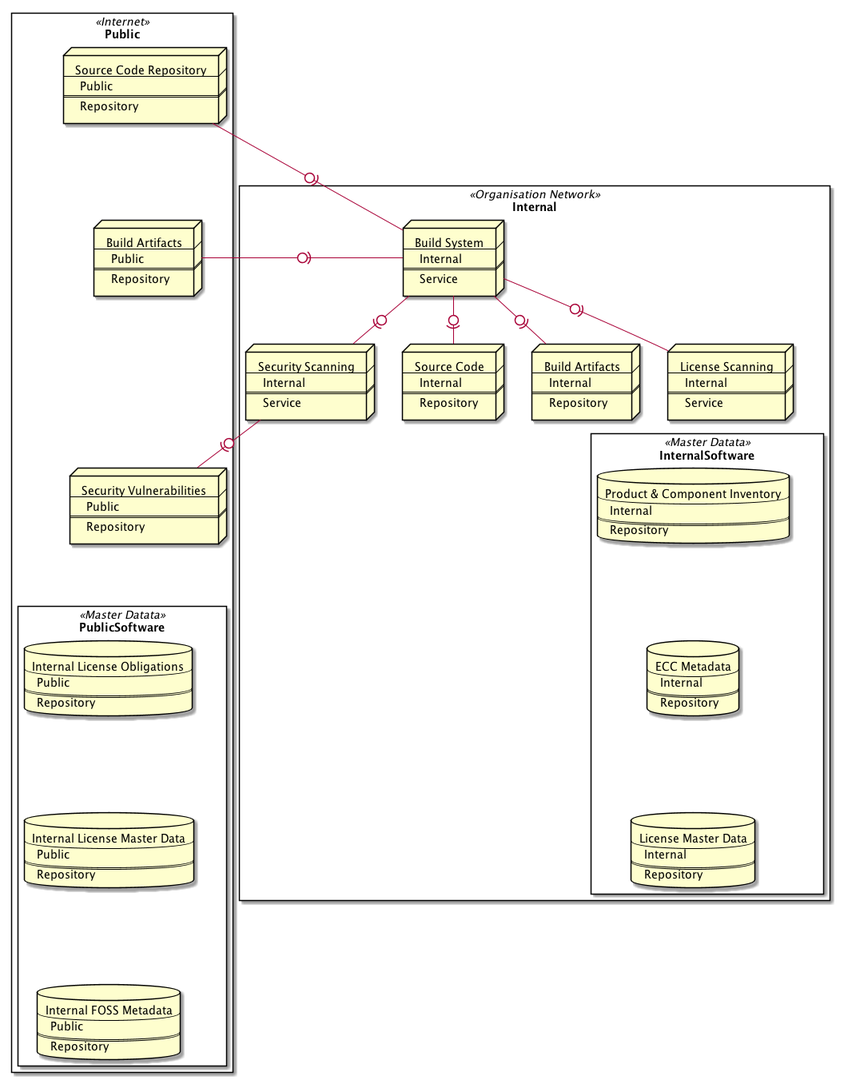
Open-Source-Compliance/Sharing-creates-value keeps this PlantUML diagram as Tooling-Landscape/Unanimous-Understanding/OSS_Tooling_Landscape_UML_Deploy.png. Above is the earlier version.
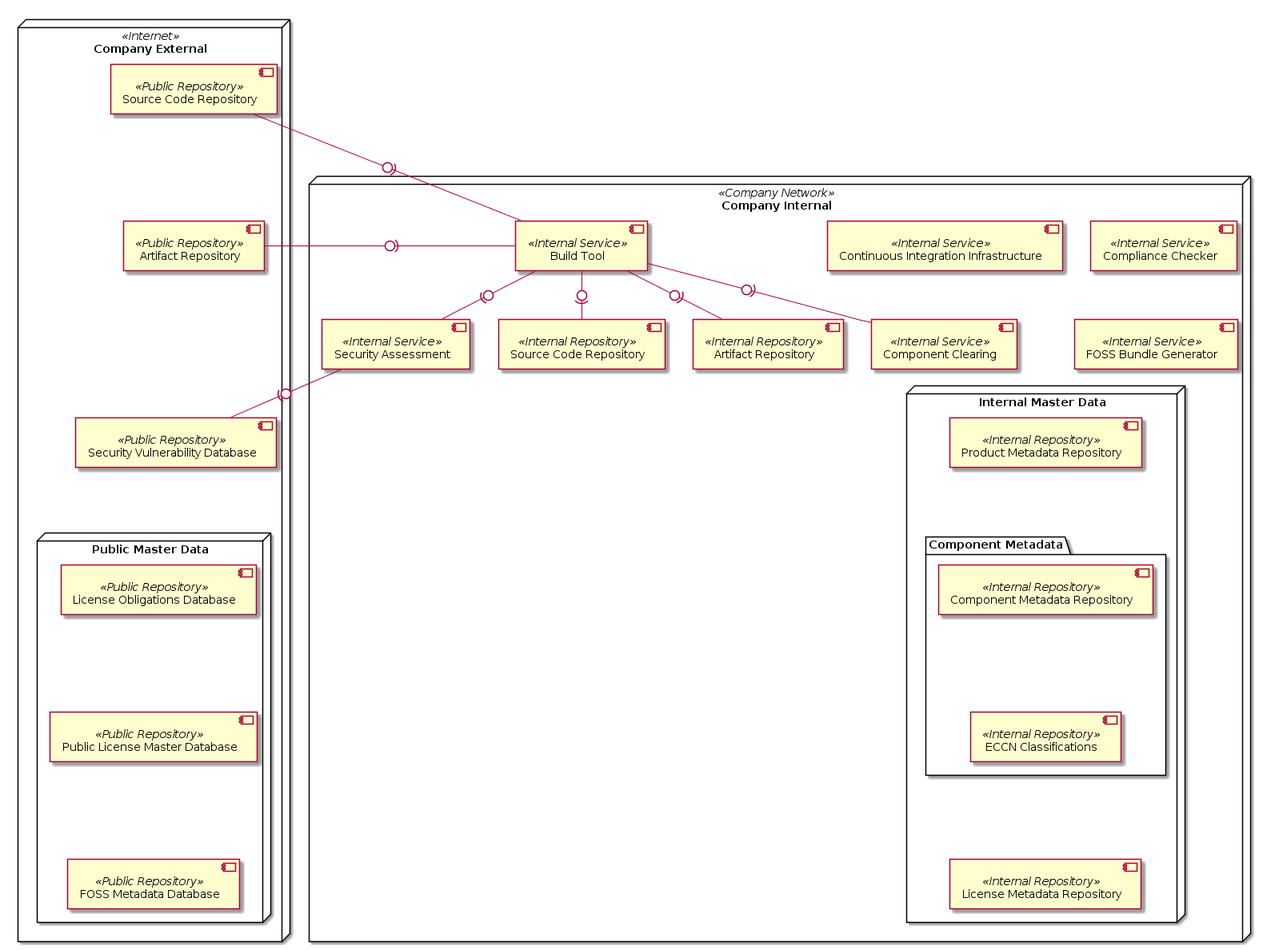
After the change.

Commit message:
Adapted component diagram towards glossary changes

Change to the diagram source:
```diff
@@ -1,139 +1,62 @@
 @startuml
 
 
+skinparam componentStyle uml2
 
-rectangle Public <<Internet>> {
+node "Company External" <<Internet>> {
 
-top to bottom direction
+    component [Source Code Repository] as publicsource <<Public Repository>>
 
-node publicsource [
-Source Code Repository
-----
-Public
-====
-Repository
-]
+    component [Artifact Repository] as publicartifacts <<Public Repository>>
 
-node publicartifacts [
-Build Artifacts
-----
-Public
-====
-Repository
-]
+    component [Security Vulnerability Database] as publicvulnerabilities <<Public Repository>>
 
-node publicvulnerabilities [
-Security Vulnerabilities
-----
-Public
-====
-Repository
-]
+    node "Public Master Data" {
 
-rectangle PublicSoftware <<Master Datata>> {
+        component [License Obligations Database] as publicobligations <<Public Repository>>
 
-top to bottom direction
+        component [Public License Master Database] as publiclicenses <<Public Repository>>
 
+        component [FOSS Metadata Database] as publicmetadata <<Public Repository>>
 
-database publicobligtions [
-Internal License Obligations
-----
-Public
-====
-Repository
-]
-
-database publiclicenses [
-Internal License Master Data
-----
-Public
-====
-Repository
-]
-
-database publicmetadata [
-Internal FOSS Metadata
-----
-Public
-====
-Repository
-]
-
-}
+    }
 
 }
 
 
-rectangle Internal <<Organisation Network>> {
+node "Company Internal" <<Company Network>> {
 
-node buildsystem [
-Build System
-----
-Internal
-====
-Service
-]
+    component [Continuous Integration Infrastructure] as cicd <<Internal Service>>
 
-node internalsource [
-Source Code
-----
-Internal
-====
-Repository
-]
+    component [Build Tool] as buildsystem <<Internal Service>>
 
-node internalartifacts [
-Build Artifacts
-----
-Internal
-====
-Repository
-]
+    component [Compliance Checker] as compliancechecker <<Internal Service>>
 
-node licensescanning [
-License Scanning
-----
-Internal
-====
-Service
-]
+    component [FOSS Bundle Generator] as fossbundlegenerator <<Internal Service>>
 
-node securityscanning [
-Security Scanning
-----
-Internal
-====
-Service
-]
+    component [Source Code Repository] as internalsource <<Internal Repository>>
 
+    component [Artifact Repository] as internalartifacts <<Internal Repository>>
 
-rectangle InternalSoftware <<Master Datata>> {
+    component [Component Clearing] as componentclearing <<Internal Service>>
 
-database inventory [
-Product & Component Inventory
-----
-Internal
-====
-Repository
-]
+    component [Security Assessment] as securityassessment <<Internal Service>>
 
-database ecc [
-ECC Metadata
-----
-Internal
-====
-Repository
-]
+    node "Internal Master Data" {
 
-database licenses [
-License Master Data
-----
-Internal
-====
-Repository
-]
+        component [Product Metadata Repository] as productinventory <<Internal Repository>>
 
-}
+        package "Component Metadata" {
+
+            component [Component Metadata Repository] as componentinventory <<Internal Repository>>
+
+            component [ECCN Classifications] as ecc <<Internal Repository>>
+
+        }
+
+        component [License Metadata Repository] as licenses <<Internal Repository>>
+
+    }
 
 }
 
@@ -141,22 +64,22 @@
 publicsource -0)- buildsystem
 publicartifacts -0)- buildsystem
 internalsource -up0)- buildsystem
-licensescanning -up0)- buildsystem
-securityscanning -up0)- buildsystem
+componentclearing -up0)- buildsystem
+securityassessment -up0)- buildsystem
 internalartifacts -up0)- buildsystem
-publicvulnerabilities -up0)- securityscanning
+publicvulnerabilities -up0)- securityassessment
 
 
 publicsource -[hidden]--> publicartifacts
 publicartifacts -[hidden]--> publicvulnerabilities
-publicvulnerabilities -[hidden]--> PublicSoftware
+publicvulnerabilities -[hidden]--> publicobligations
 
-publicobligtions -[hidden]--> publiclicenses
+publicobligations -[hidden]--> publiclicenses
 publiclicenses -[hidden]--> publicmetadata
 
-buildsystem -[hidden]--> InternalSoftware
+buildsystem -[hidden]--> productinventory
 
-inventory -[hidden]--> ecc
+productinventory -[hidden]--> componentinventory
+componentinventory -[hidden]--> ecc
 ecc -[hidden]--> licenses
-
 @enduml
```
